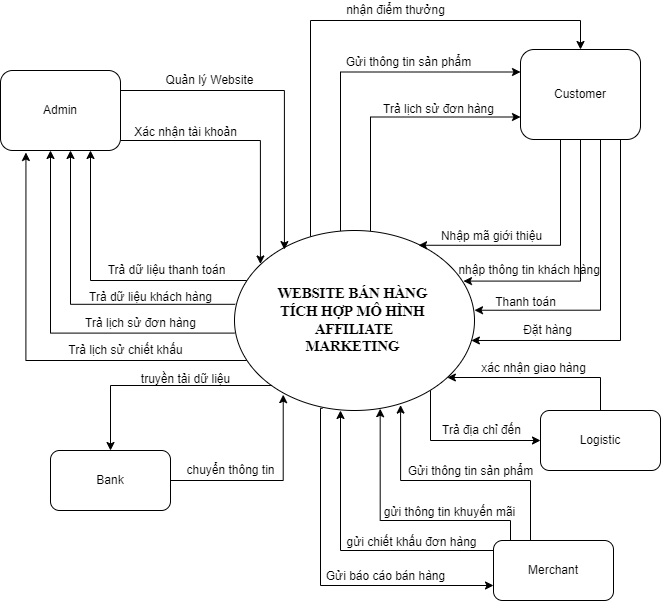
This is SystemContent.png from leanhtuan9497/DoAnTotNghiep, a draw.io export, as it was before one commit. Source tidied: cells renumbered, new cells last; positions are measured from the earlier drawing's top-left corner, leaving out a move shared by most shapes.
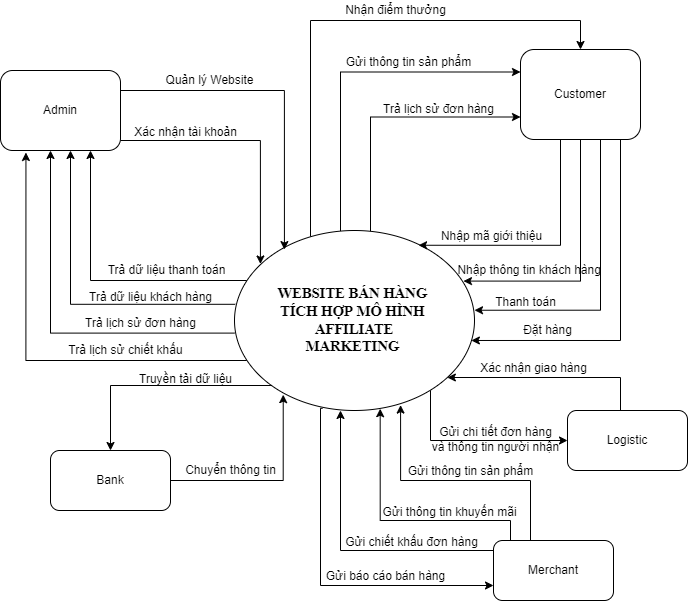
Later version of the same file.

What changed in the source:
```diff
@@ -117,12 +117,12 @@
     <mxCell id="18" style="edgeStyle=orthogonalEdgeStyle;rounded=0;jettySize=auto;html=1;" parent="1" edge="1" source="19" target="12">
       <mxGeometry relative="1" as="geometry">
         <Array as="points">
-          <mxPoint x="600" y="377" />
+          <mxPoint x="620" y="377" />
         </Array>
       </mxGeometry>
     </mxCell>
     <mxCell id="19" value="Logistic" style="rounded=1;whiteSpace=wrap;html=1;" parent="1" vertex="1">
-      <mxGeometry x="540" y="410" width="120" height="60" as="geometry" />
+      <mxGeometry x="567" y="410" width="120" height="60" as="geometry" />
     </mxCell>
     <mxCell id="20" style="edgeStyle=orthogonalEdgeStyle;rounded=0;jettySize=auto;html=1;entryX=0.692;entryY=0.97;entryDx=0;entryDy=0;entryPerimeter=0;" parent="1" edge="1" source="23" target="12">
       <mxGeometry relative="1" as="geometry">
@@ -187,13 +187,13 @@
     <mxCell id="32" value="Trả lịch sử đơn hàng" style="text;html=1;align=center;verticalAlign=middle;strokeColor=none;fillColor=none;" parent="1" vertex="1">
       <mxGeometry x="75" y="313" width="130" height="20" as="geometry" />
     </mxCell>
-    <mxCell id="33" value="truyền tải dữ liệu" style="text;html=1;align=center;verticalAlign=middle;strokeColor=none;fillColor=none;" parent="1" vertex="1">
+    <mxCell id="33" value="Truyền tải dữ liệu" style="text;html=1;align=center;verticalAlign=middle;strokeColor=none;fillColor=none;" parent="1" vertex="1">
       <mxGeometry x="130" y="369" width="110" height="20" as="geometry" />
     </mxCell>
-    <mxCell id="34" value="chuyển thông tin" style="text;html=1;align=center;verticalAlign=middle;strokeColor=none;fillColor=none;" parent="1" vertex="1">
-      <mxGeometry x="180" y="460" width="100" height="20" as="geometry" />
+    <mxCell id="34" value="Chuyển thông tin" style="text;html=1;align=center;verticalAlign=middle;strokeColor=none;fillColor=none;" parent="1" vertex="1">
+      <mxGeometry x="175" y="460" width="110" height="20" as="geometry" />
     </mxCell>
-    <mxCell id="35" value="gửi thông tin khuyến mãi" style="text;html=1;align=center;verticalAlign=middle;strokeColor=none;fillColor=none;" parent="1" vertex="1">
+    <mxCell id="35" value="Gửi thông tin khuyến mãi" style="text;html=1;align=center;verticalAlign=middle;strokeColor=none;fillColor=none;" parent="1" vertex="1">
       <mxGeometry x="374" y="502" width="150" height="20" as="geometry" />
     </mxCell>
     <mxCell id="36" value="Gửi báo cáo bán hàng" style="text;html=1;align=center;verticalAlign=middle;strokeColor=none;fillColor=none;" parent="1" vertex="1">
@@ -202,10 +202,10 @@
     <mxCell id="37" value="Gửi thông tin sản phẩm" style="text;html=1;align=center;verticalAlign=middle;strokeColor=none;fillColor=none;" parent="1" vertex="1">
       <mxGeometry x="400" y="461" width="140" height="20" as="geometry" />
     </mxCell>
-    <mxCell id="38" value="Trả địa chỉ đến" style="text;html=1;align=center;verticalAlign=middle;strokeColor=none;fillColor=none;" parent="1" vertex="1">
-      <mxGeometry x="436" y="420" width="90" height="20" as="geometry" />
+    <mxCell id="38" value="Gửi chi tiết đơn hàng&lt;br&gt;và thông tin người nhận" style="text;html=1;align=center;verticalAlign=middle;strokeColor=none;fillColor=none;" parent="1" vertex="1">
+      <mxGeometry x="425" y="424" width="140" height="30" as="geometry" />
     </mxCell>
-    <mxCell id="39" value="xác nhận giao hàng" style="text;html=1;align=center;verticalAlign=middle;strokeColor=none;fillColor=none;" parent="1" vertex="1">
+    <mxCell id="39" value="Xác nhận giao hàng" style="text;html=1;align=center;verticalAlign=middle;strokeColor=none;fillColor=none;" parent="1" vertex="1">
       <mxGeometry x="473" y="358" width="120" height="20" as="geometry" />
     </mxCell>
     <mxCell id="40" value="Đặt hàng" style="text;html=1;align=center;verticalAlign=middle;strokeColor=none;fillColor=none;" parent="1" vertex="1">
@@ -214,7 +214,7 @@
     <mxCell id="41" value="Thanh toán" style="text;html=1;align=center;verticalAlign=middle;strokeColor=none;fillColor=none;" parent="1" vertex="1">
       <mxGeometry x="485" y="292" width="80" height="20" as="geometry" />
     </mxCell>
-    <mxCell id="42" value="&amp;nbsp;nhập thông tin khách hàng" style="text;html=1;align=center;verticalAlign=middle;strokeColor=none;fillColor=none;" parent="1" vertex="1">
+    <mxCell id="42" value="&amp;nbsp;Nhập thông tin khách hàng" style="text;html=1;align=center;verticalAlign=middle;strokeColor=none;fillColor=none;" parent="1" vertex="1">
       <mxGeometry x="447" y="260" width="160" height="20" as="geometry" />
     </mxCell>
     <mxCell id="43" value="Trả lịch sử đơn hàng" style="text;html=1;align=center;verticalAlign=middle;strokeColor=none;fillColor=none;" parent="1" vertex="1">
@@ -223,8 +223,8 @@
     <mxCell id="44" value="Gửi thông tin sản phẩm" style="text;html=1;align=center;verticalAlign=middle;strokeColor=none;fillColor=none;" parent="1" vertex="1">
       <mxGeometry x="338" y="52" width="140" height="20" as="geometry" />
     </mxCell>
-    <mxCell id="45" value="nhận điểm thưởng" style="text;html=1;align=center;verticalAlign=middle;strokeColor=none;fillColor=none;" parent="1" vertex="1">
-      <mxGeometry x="340" width="110" height="20" as="geometry" />
+    <mxCell id="45" value="Nhận điểm thưởng" style="text;html=1;align=center;verticalAlign=middle;strokeColor=none;fillColor=none;" parent="1" vertex="1">
+      <mxGeometry x="335" width="120" height="20" as="geometry" />
     </mxCell>
     <mxCell id="46" value="Nhập mã giới thiệu" style="text;html=1;align=center;verticalAlign=middle;strokeColor=none;fillColor=none;" parent="1" vertex="1">
       <mxGeometry x="431" y="226" width="120" height="20" as="geometry" />
@@ -232,7 +232,7 @@
     <mxCell id="47" value="Xác nhận tài khoản" style="text;html=1;align=center;verticalAlign=middle;strokeColor=none;fillColor=none;" parent="1" vertex="1">
       <mxGeometry x="125" y="122" width="120" height="20" as="geometry" />
     </mxCell>
-    <mxCell id="48" value="gửi chiết khấu đơn hàng" style="text;html=1;align=center;verticalAlign=middle;strokeColor=none;fillColor=none;" parent="1" vertex="1">
+    <mxCell id="48" value="Gửi chiết khấu đơn hàng" style="text;html=1;align=center;verticalAlign=middle;strokeColor=none;fillColor=none;" parent="1" vertex="1">
       <mxGeometry x="336" y="532" width="150" height="20" as="geometry" />
     </mxCell>
     <mxCell id="49" value="Trả lịch sử chiết khấu" style="text;html=1;align=center;verticalAlign=middle;strokeColor=none;fillColor=none;" parent="1" vertex="1">
```
